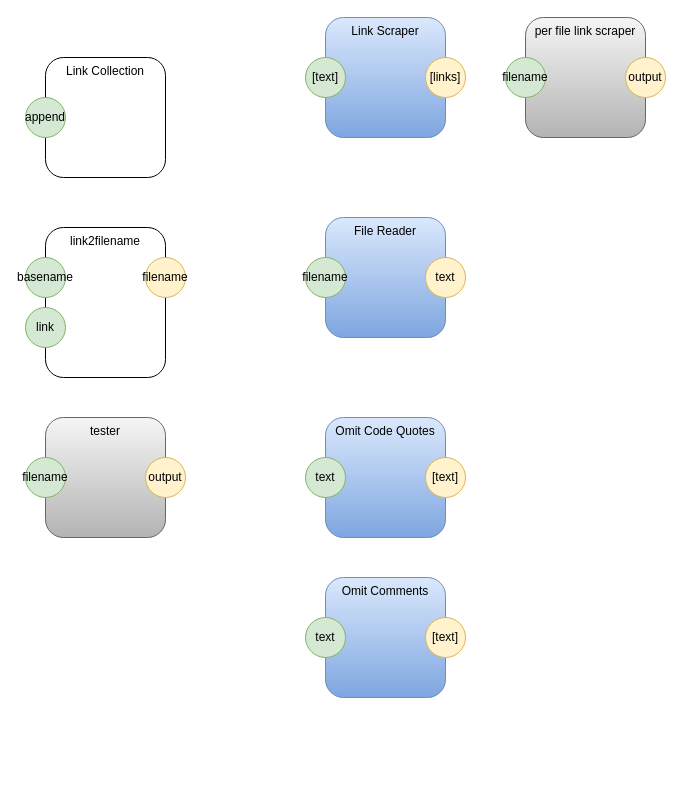
The draw.io diagram page "Page-1" (1 of 3) of pm-copy.drawio in guitarvydas/pypm, before the edit. Source tidied: cells renumbered, new cells numbered last; positions are measured from the earlier drawing's top-left corner, leaving out a move shared by most shapes. Both pictures are drawn from the tidied source at 100%, with x=0, y=0 at pixel (25, 17).
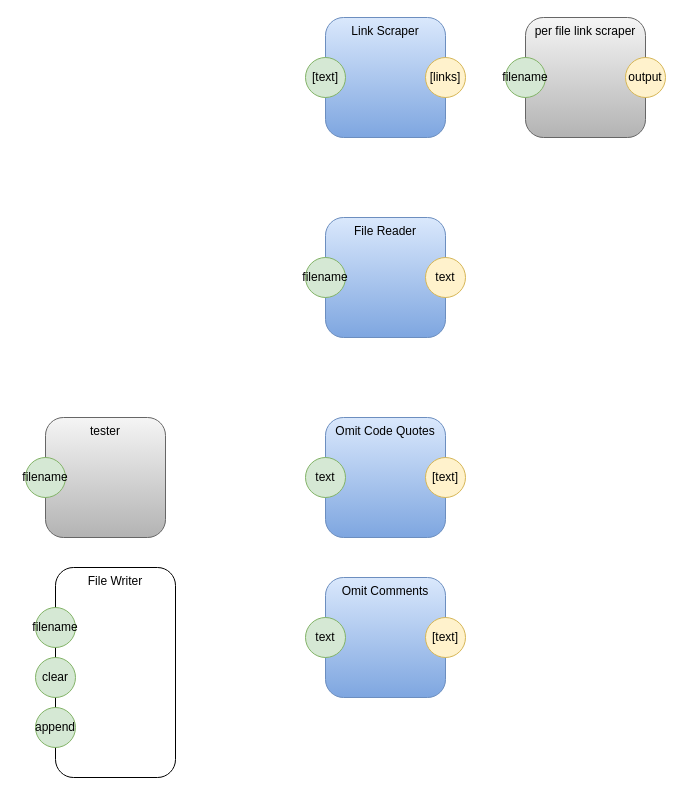
The same diagram, later.

Commit message (it also covers changes not shown here):
Tester has no output, prints 'done'

Change to the diagram source:
```diff
@@
-    <mxCell id="5" value="link2filename" style="rounded=1;whiteSpace=wrap;html=1;horizontal=1;verticalAlign=top;" parent="1" vertex="1">
-      <mxGeometry x="20" y="210" width="120" height="150" as="geometry" />
-    </mxCell>
-    <mxCell id="6" value="basename" style="ellipse;whiteSpace=wrap;html=1;fillColor=#d5e8d4;strokeColor=#82b366;" parent="1" vertex="1">
-      <mxGeometry y="240" width="40" height="40" as="geometry" />
-    </mxCell>
-    <mxCell id="7" value="filename" style="ellipse;whiteSpace=wrap;html=1;fillColor=#fff2cc;strokeColor=#d6b656;" parent="1" vertex="1">
-      <mxGeometry x="120" y="240" width="40" height="40" as="geometry" />
-    </mxCell>
-    <mxCell id="8" value="Link Collection" style="rounded=1;whiteSpace=wrap;html=1;horizontal=1;verticalAlign=top;" parent="1" vertex="1">
-      <mxGeometry x="20" y="40" width="120" height="120" as="geometry" />
-    </mxCell>
-    <mxCell id="9" value="append" style="ellipse;whiteSpace=wrap;html=1;fillColor=#d5e8d4;strokeColor=#82b366;" parent="1" vertex="1">
-      <mxGeometry y="80" width="40" height="40" as="geometry" />
-    </mxCell>
-    <mxCell id="10" value="link" style="ellipse;whiteSpace=wrap;html=1;fillColor=#d5e8d4;strokeColor=#82b366;" parent="1" vertex="1">
-      <mxGeometry y="290" width="40" height="40" as="geometry" />
-    </mxCell>
@@
-    <mxCell id="22" value="output" style="ellipse;whiteSpace=wrap;html=1;fillColor=#fff2cc;strokeColor=#d6b656;" parent="1" vertex="1">
-      <mxGeometry x="120" y="440" width="40" height="40" as="geometry" />
-    </mxCell>
@@
+    <mxCell id="26" value="File Writer" style="rounded=1;whiteSpace=wrap;html=1;horizontal=1;verticalAlign=top;" parent="1" vertex="1">
+      <mxGeometry x="30" y="550" width="120" height="210" as="geometry" />
+    </mxCell>
+    <mxCell id="7" value="filename" style="ellipse;whiteSpace=wrap;html=1;fillColor=#d5e8d4;strokeColor=#82b366;" parent="1" vertex="1">
+      <mxGeometry x="10" y="590" width="40" height="40" as="geometry" />
+    </mxCell>
+    <mxCell id="27" value="clear" style="ellipse;whiteSpace=wrap;html=1;fillColor=#d5e8d4;strokeColor=#82b366;" parent="1" vertex="1">
+      <mxGeometry x="10" y="640" width="40" height="40" as="geometry" />
+    </mxCell>
+    <mxCell id="9" value="append" style="ellipse;whiteSpace=wrap;html=1;fillColor=#d5e8d4;strokeColor=#82b366;" parent="1" vertex="1">
+      <mxGeometry x="10" y="690" width="40" height="40" as="geometry" />
+    </mxCell>
```
